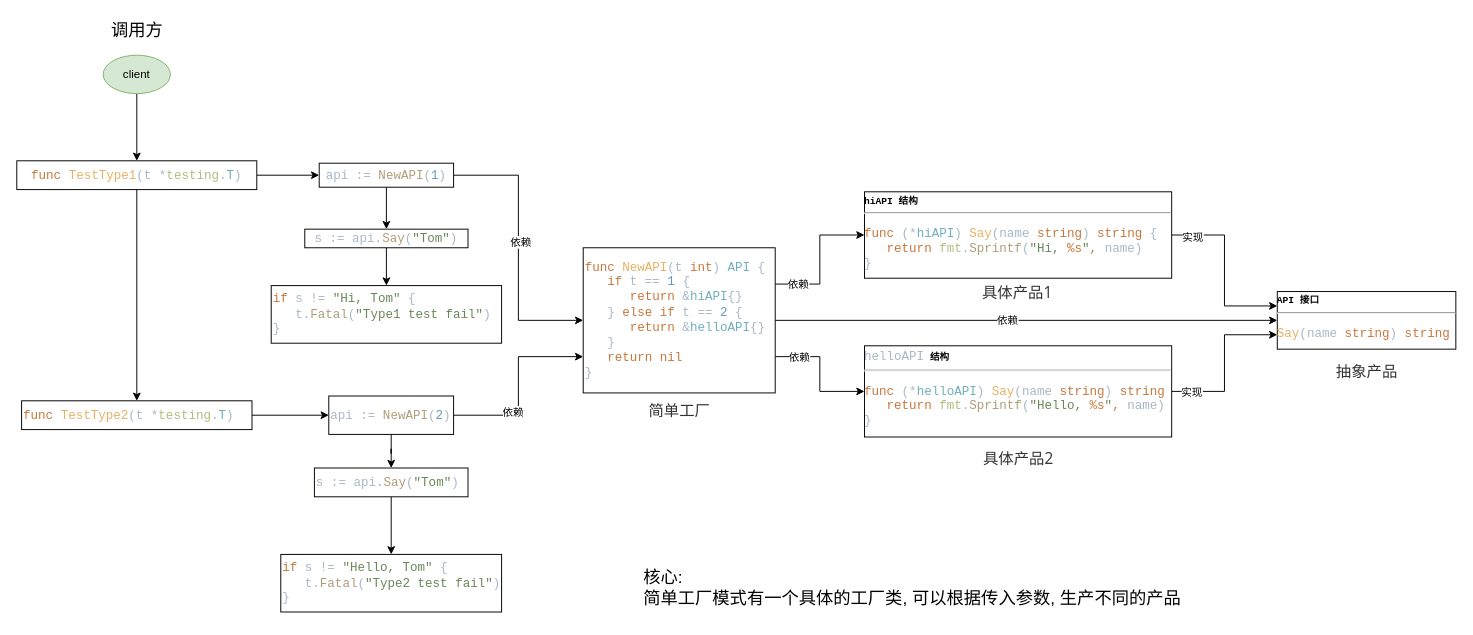
The draw.io diagram page "简单工厂" (1 of 24) of 设计模式.drawio in ssbandjl/golang-design-pattern, before the edit. Source tidied: cells renumbered, new cells numbered last; positions are measured from the earlier drawing's top-left corner, leaving out a move shared by most shapes. Both pictures are drawn from the tidied source at 96%, with x=0, y=0 at pixel (16, 16).
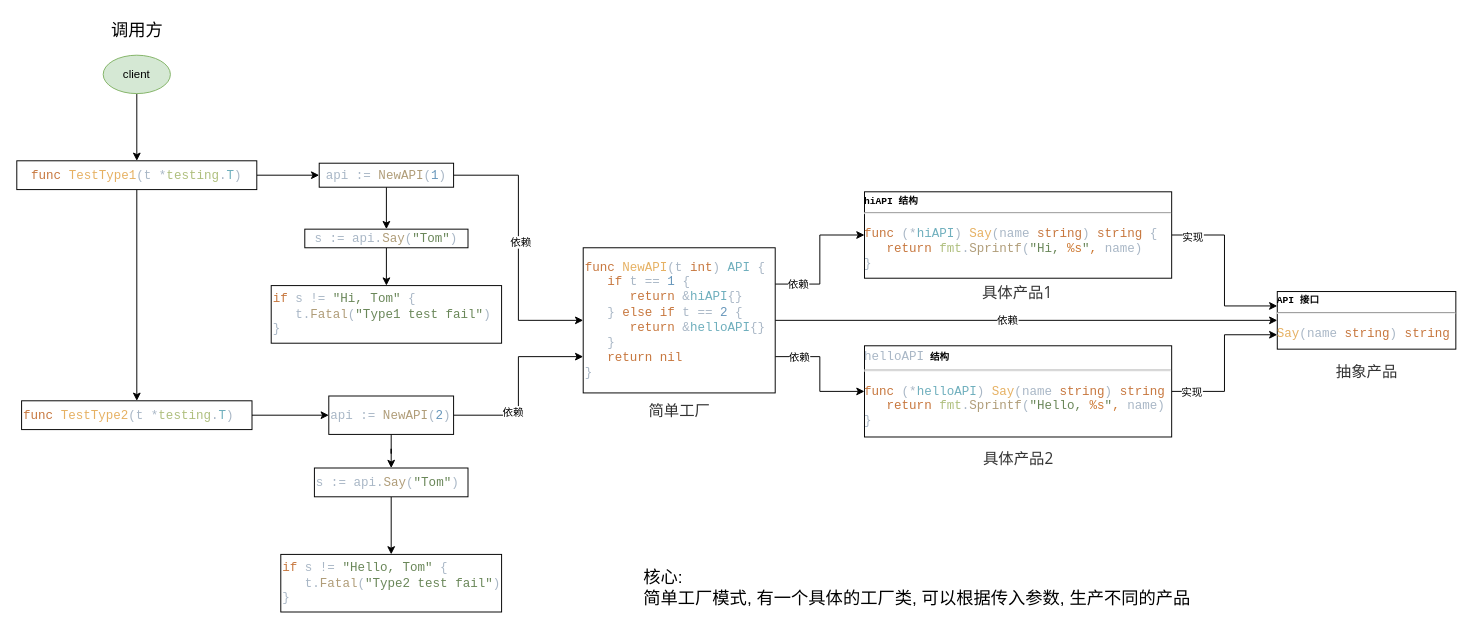
The same diagram, later.

Diff of the diagram source:
```diff
@@
-    <mxCell id="42" value="核心:&lt;br&gt;简单工厂模式有一个具体的工厂类, 可以根据传入参数, 生产不同的产品" style="text;html=1;align=left;verticalAlign=middle;fontColor=#000000;fontSize=18;" parent="1" vertex="1">
-      <mxGeometry x="651" y="570" width="580" height="50" as="geometry" />
+    <mxCell id="42" value="核心:&lt;br&gt;简单工厂模式, 有一个具体的工厂类, 可以根据传入参数, 生产不同的产品" style="text;html=1;align=left;verticalAlign=middle;fontColor=#000000;fontSize=18;" parent="1" vertex="1">
+      <mxGeometry x="651" y="570" width="590" height="50" as="geometry" />
     </mxCell>
```
